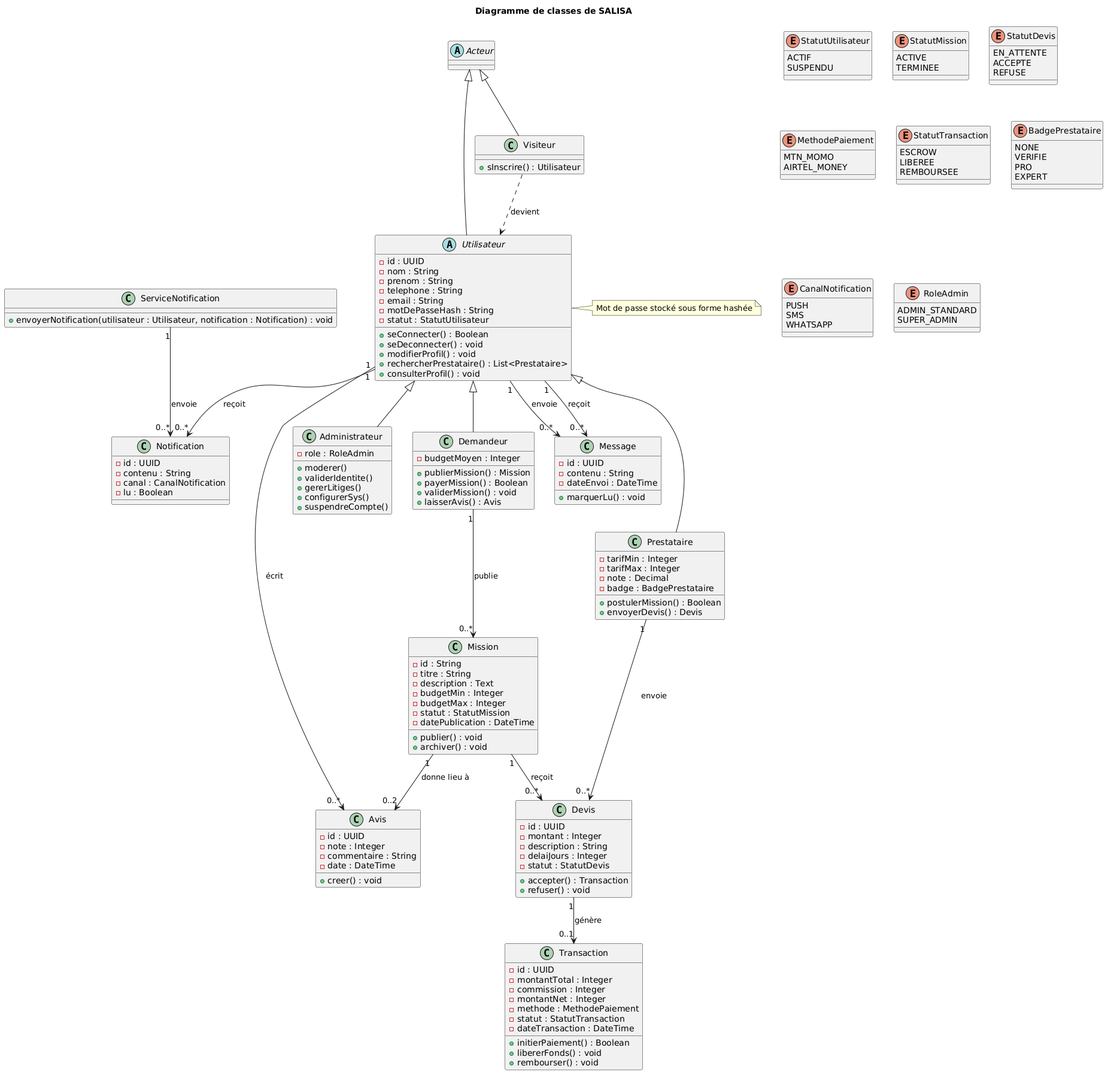
KazeHolloway/Projet_LaTex keeps this PlantUML diagram as images/diagramme_classes.png. Above is the earlier version. Its diagram source:
```plantuml
@startuml
title Diagramme de classes de SALISA

enum StatutUtilisateur {
  ACTIF
  SUSPENDU
}

enum StatutMission {
  ACTIVE
  TERMINEE
}

enum StatutDevis {
  EN_ATTENTE
  ACCEPTE
  REFUSE
}

enum MethodePaiement {
  MTN_MOMO
  AIRTEL_MONEY
}

enum StatutTransaction {
  ESCROW
  LIBEREE
  REMBOURSEE
}

enum BadgePrestataire {
  NONE
  VERIFIE
  PRO
  EXPERT
}

enum CanalNotification {
  PUSH
  SMS
  WHATSAPP
}

enum RoleAdmin {
  ADMIN_STANDARD
  SUPER_ADMIN
}

abstract class Acteur

class Visiteur {
  + sInscrire() : Utilisateur
}

abstract class Utilisateur {
  - id : UUID
  - nom : String
  - prenom : String
  - telephone : String
  - email : String
  - motDePasseHash : String
  - statut : StatutUtilisateur

  + seConnecter() : Boolean
  + seDeconnecter() : void
  + modifierProfil() : void
  + rechercherPrestataire() : List<Prestataire>
  + consulterProfil() : void
}

class Demandeur {
  - budgetMoyen : Integer

  + publierMission() : Mission
  + payerMission() : Boolean
  + validerMission() : void
  + laisserAvis() : Avis
}

class Prestataire {
  - tarifMin : Integer
  - tarifMax : Integer
  - note : Decimal
  - badge : BadgePrestataire

  + postulerMission() : Boolean
  + envoyerDevis() : Devis
}

class Administrateur {
  - role : RoleAdmin

  + moderer()
  + validerIdentite()
  + gererLitiges()
  + configurerSys()
  + suspendreCompte()
}

Acteur <|-- Visiteur
Acteur <|-- Utilisateur
Utilisateur <|-- Demandeur
Utilisateur <|-- Prestataire
Utilisateur <|-- Administrateur

class Mission {
  - id : String
  - titre : String
  - description : Text
  - budgetMin : Integer
  - budgetMax : Integer
  - statut : StatutMission
  - datePublication : DateTime

  + publier() : void
  + archiver() : void
}

class Devis {
  - id : UUID
  - montant : Integer
  - description : String
  - delaiJours : Integer
  - statut : StatutDevis

  + accepter() : Transaction
  + refuser() : void
}

class Transaction {
  - id : UUID
  - montantTotal : Integer
  - commission : Integer
  - montantNet : Integer
  - methode : MethodePaiement
  - statut : StatutTransaction
  - dateTransaction : DateTime

  + initierPaiement() : Boolean
  + libererFonds() : void
  + rembourser() : void
}

class Avis {
  - id : UUID
  - note : Integer
  - commentaire : String
  - date : DateTime

  + creer() : void
}

class Notification {
  - id : UUID
  - contenu : String
  - canal : CanalNotification
  - lu : Boolean
}

class Message {
  - id : UUID
  - contenu : String
  - dateEnvoi : DateTime

  + marquerLu() : void
}

class ServiceNotification {
  + envoyerNotification(utilisateur : Utilisateur, notification : Notification) : void
}

Demandeur "1" --> "0..*" Mission : publie
Mission "1" --> "0..*" Devis : reçoit
Prestataire "1" --> "0..*" Devis : envoie
Devis "1" --> "0..1" Transaction : génère

Mission "1" --> "0..2" Avis : donne lieu à
Utilisateur "1" --> "0..*" Avis : écrit

Utilisateur "1" --> "0..*" Notification : reçoit

Utilisateur "1" --> "0..*" Message : envoie
Utilisateur "1" --> "0..*" Message : reçoit

ServiceNotification "1" --> "0..*" Notification : envoie

Visiteur ..> Utilisateur : devient

note right of Utilisateur
Mot de passe stocké sous forme hashée
end note
@enduml
```
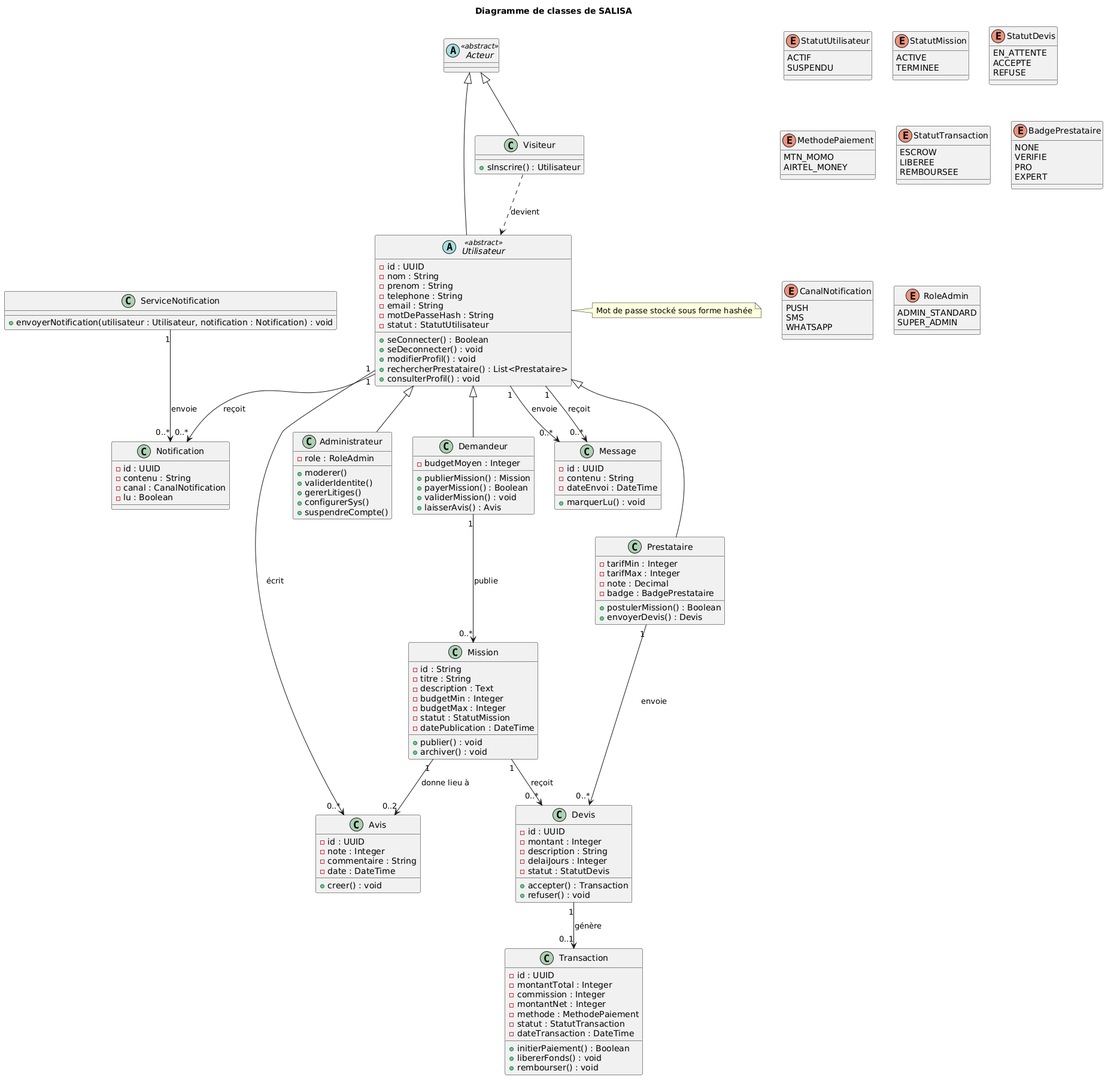
The same diagram one commit later.

What changed in the source:
```diff
@@ -46,13 +46,13 @@
   SUPER_ADMIN
 }
 
-abstract class Acteur
+abstract class Acteur <<abstract>>
 
 class Visiteur {
   + sInscrire() : Utilisateur
 }
 
-abstract class Utilisateur {
+abstract class Utilisateur <<abstract>> {
   - id : UUID
   - nom : String
   - prenom : String
```
